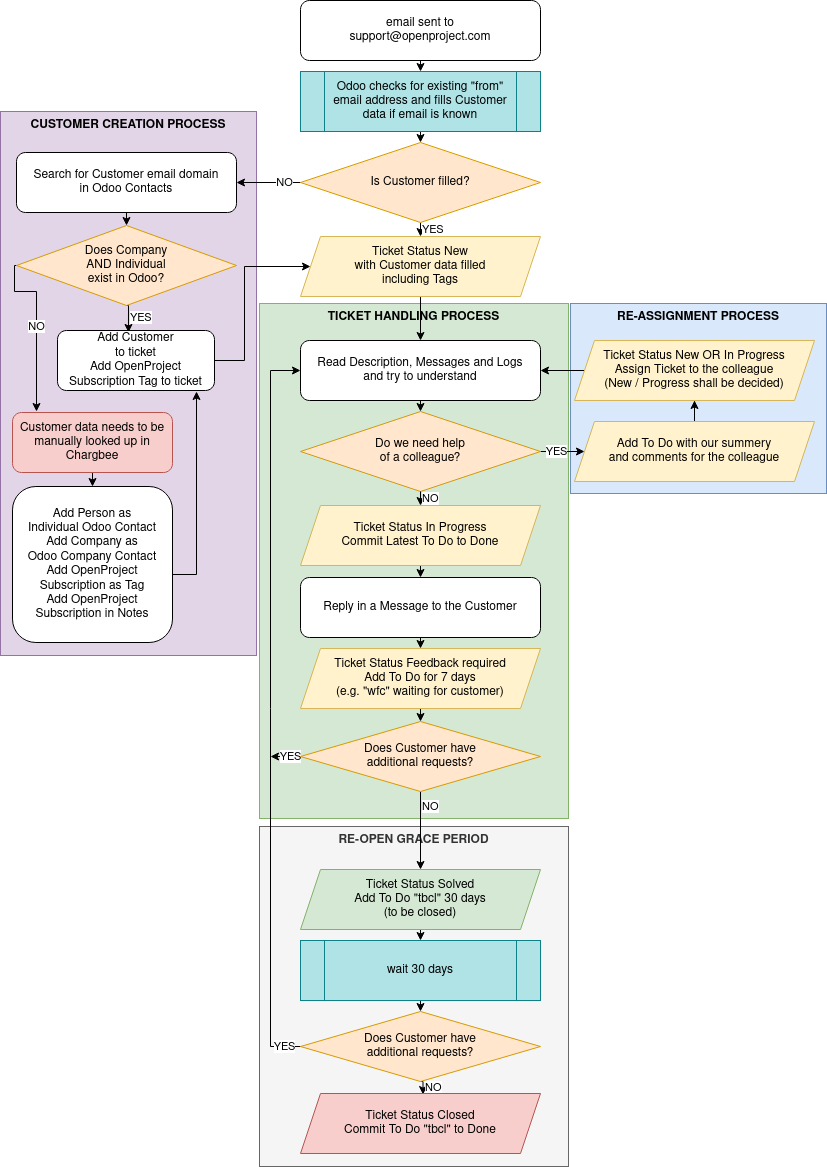
adam-op/op-draw-io-storage keeps this draw.io diagram as ticket-creation-by-email.drawio.png. Above is the earlier version. Source tidied: cells renumbered, new cells last; positions are measured from the earlier drawing's top-left corner, leaving out a move shared by most shapes.
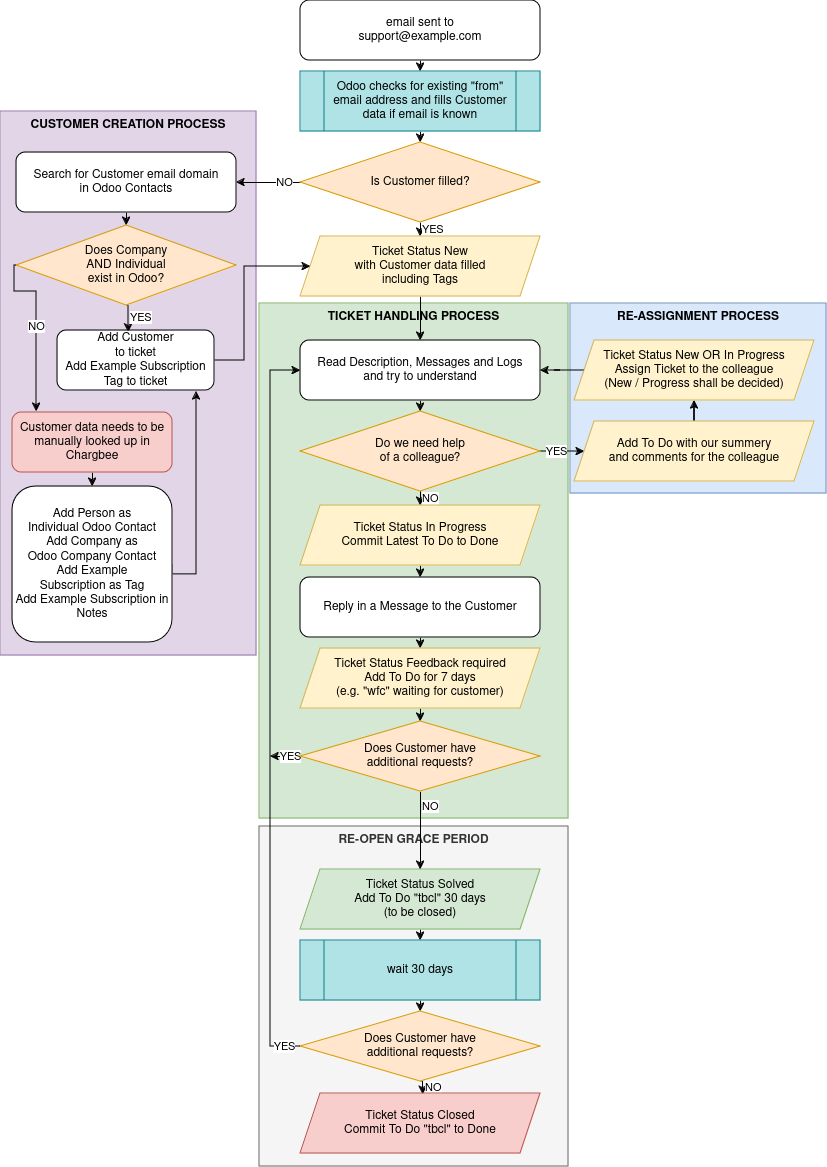
Above is the later version.

Commit message:
provakateurin induced

What changed in the source:
```diff
@@ -17,7 +17,7 @@
     <mxCell id="6" style="edgeStyle=orthogonalEdgeStyle;rounded=0;jettySize=auto;html=1;exitX=0.5;exitY=1;exitDx=0;exitDy=0;entryX=0.5;entryY=0;entryDx=0;entryDy=0;" parent="1" edge="1" source="7" target="16">
       <mxGeometry relative="1" as="geometry" />
     </mxCell>
-    <mxCell id="7" value="&lt;div&gt;email sent to&lt;/div&gt;&lt;div&gt;support@openproject.com&lt;br&gt;&lt;/div&gt;" style="rounded=1;whiteSpace=wrap;html=1;" parent="1" vertex="1">
+    <mxCell id="7" value="&lt;div&gt;email sent to&lt;/div&gt;&lt;div&gt;support@example.com&lt;br&gt;&lt;/div&gt;" style="rounded=1;whiteSpace=wrap;html=1;" parent="1" vertex="1">
       <mxGeometry x="300" width="240" height="60" as="geometry" />
     </mxCell>
     <mxCell id="8" style="edgeStyle=orthogonalEdgeStyle;rounded=0;jettySize=auto;html=1;exitX=0.5;exitY=1;exitDx=0;exitDy=0;entryX=0.5;entryY=0;entryDx=0;entryDy=0;" parent="1" edge="1" source="9" target="11">
@@ -78,7 +78,7 @@
         </Array>
       </mxGeometry>
     </mxCell>
-    <mxCell id="23" value="&lt;div&gt;Add Person as&lt;/div&gt;&lt;div&gt;Individual Odoo Contact&lt;/div&gt;&lt;div&gt;Add Company as&lt;/div&gt;&lt;div&gt;Odoo Company Contact&lt;/div&gt;&lt;div&gt;Add OpenProject&lt;/div&gt;&lt;div&gt;Subscription as Tag&lt;/div&gt;&lt;div&gt;Add OpenProject Subscription in Notes&lt;br&gt;&lt;/div&gt;" style="rounded=1;whiteSpace=wrap;html=1;" parent="1" vertex="1">
+    <mxCell id="23" value="&lt;div&gt;Add Person as&lt;/div&gt;&lt;div&gt;Individual Odoo Contact&lt;/div&gt;&lt;div&gt;Add Company as&lt;/div&gt;&lt;div&gt;Odoo Company Contact&lt;/div&gt;&lt;div&gt;Add Example&lt;/div&gt;&lt;div&gt;Subscription as Tag&lt;/div&gt;&lt;div&gt;Add Example Subscription in Notes&lt;br&gt;&lt;/div&gt;" style="rounded=1;whiteSpace=wrap;html=1;" parent="1" vertex="1">
       <mxGeometry x="12" y="486" width="160" height="156" as="geometry" />
     </mxCell>
     <mxCell id="24" style="edgeStyle=orthogonalEdgeStyle;rounded=0;jettySize=auto;html=1;exitX=0.5;exitY=1;exitDx=0;exitDy=0;entryX=0.5;entryY=0;entryDx=0;entryDy=0;" parent="1" edge="1" source="25" target="27">
@@ -175,7 +175,7 @@
         </Array>
       </mxGeometry>
     </mxCell>
-    <mxCell id="50" value="&lt;div&gt;Add Customer&lt;/div&gt;&lt;div&gt;to ticket&lt;/div&gt;&lt;div&gt;Add OpenProject Subscription Tag to ticket&lt;br&gt;&lt;/div&gt;" style="rounded=1;whiteSpace=wrap;html=1;" parent="1" vertex="1">
+    <mxCell id="50" value="&lt;div&gt;Add Customer&lt;/div&gt;&lt;div&gt;to ticket&lt;/div&gt;&lt;div&gt;Add Example Subscription Tag to ticket&lt;br&gt;&lt;/div&gt;" style="rounded=1;whiteSpace=wrap;html=1;" parent="1" vertex="1">
       <mxGeometry x="57" y="330" width="157" height="60" as="geometry" />
     </mxCell>
     <mxCell id="51" value="&lt;div&gt;Ticket Status Closed&lt;/div&gt;&lt;div&gt;Commit To Do &quot;tbcl&quot; to Done&lt;/div&gt;" style="shape=parallelogram;perimeter=parallelogramPerimeter;whiteSpace=wrap;html=1;fixedSize=1;fillColor=#f8cecc;strokeColor=#b85450;" parent="1" vertex="1">
```
